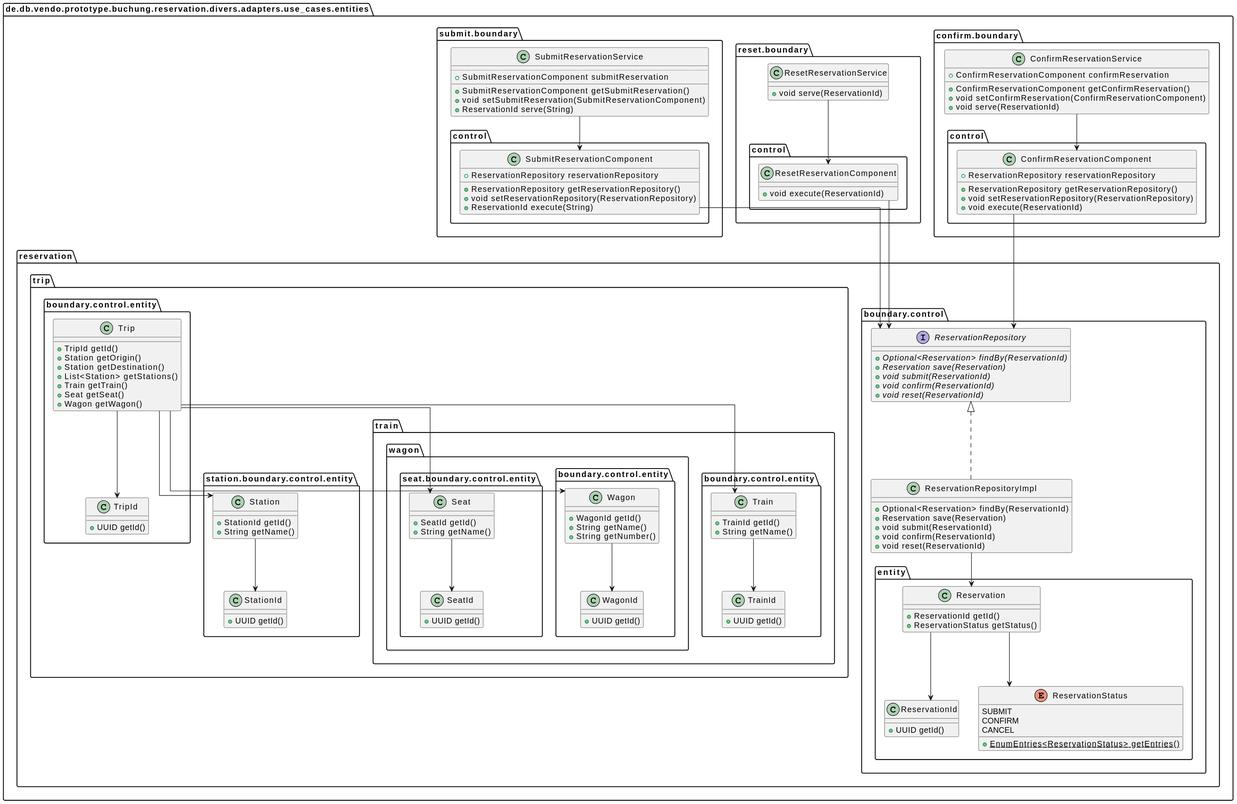
Above: doc/uml/svg/entities.svg in punkratz312/reservation-proto (PlantUML), before the change.
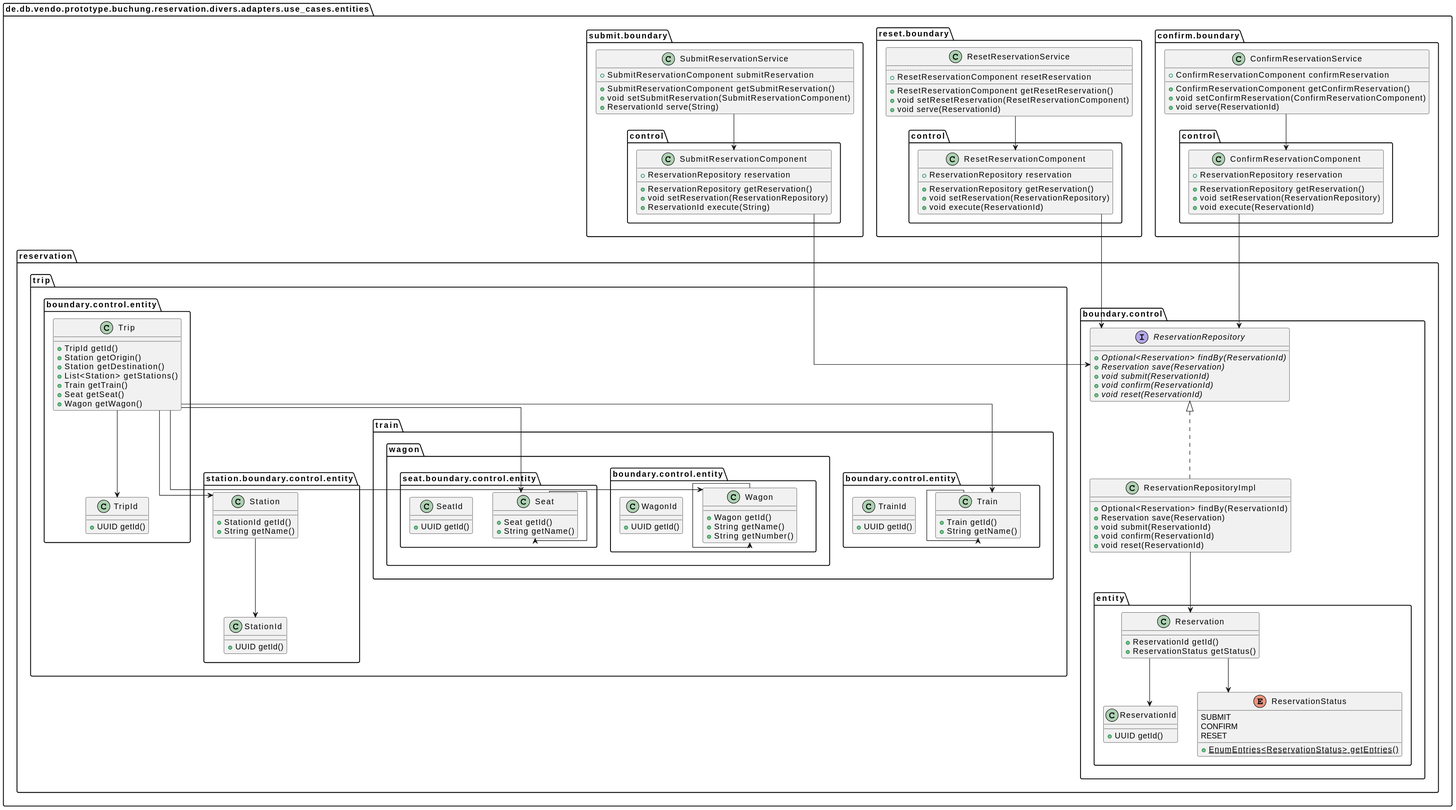
Above is the later version.

What changed in the source:
```diff
@@ -11,10 +11,10 @@
   +void serve(ReservationId)
 }
 class "ConfirmReservationComponent" as de.db.vendo.prototype.buchung.reservation.divers.adapters.use_cases.entities.confirm.boundary.control.ConfirmReservationComponent {
-  +ReservationRepository reservationRepository
+  +ReservationRepository reservation
   __
-  +ReservationRepository getReservationRepository()
-  +void setReservationRepository(ReservationRepository)
+  +ReservationRepository getReservation()
+  +void setReservation(ReservationRepository)
   +void execute(ReservationId)
 }
 interface "ReservationRepository" as de.db.vendo.prototype.buchung.reservation.divers.adapters.use_cases.entities.reservation.boundary.control.ReservationRepository {
@@ -41,7 +41,7 @@
 enum "ReservationStatus" as de.db.vendo.prototype.buchung.reservation.divers.adapters.use_cases.entities.reservation.boundary.control.entity.ReservationStatus {
   SUBMIT
   CONFIRM
-  CANCEL
+  RESET
   __
   + {static}EnumEntries<ReservationStatus> getEntries()
 }
@@ -65,14 +65,14 @@
   +UUID getId()
 }
 class "Train" as de.db.vendo.prototype.buchung.reservation.divers.adapters.use_cases.entities.reservation.trip.train.boundary.control.entity.Train {
-  +TrainId getId()
+  +Train getId()
   +String getName()
 }
 class "TrainId" as de.db.vendo.prototype.buchung.reservation.divers.adapters.use_cases.entities.reservation.trip.train.boundary.control.entity.TrainId {
   +UUID getId()
 }
 class "Wagon" as de.db.vendo.prototype.buchung.reservation.divers.adapters.use_cases.entities.reservation.trip.train.wagon.boundary.control.entity.Wagon {
-  +WagonId getId()
+  +Wagon getId()
   +String getName()
   +String getNumber()
 }
@@ -80,20 +80,28 @@
   +UUID getId()
 }
 class "Seat" as de.db.vendo.prototype.buchung.reservation.divers.adapters.use_cases.entities.reservation.trip.train.wagon.seat.boundary.control.entity.Seat {
-  +SeatId getId()
+  +Seat getId()
   +String getName()
 }
 class "SeatId" as de.db.vendo.prototype.buchung.reservation.divers.adapters.use_cases.entities.reservation.trip.train.wagon.seat.boundary.control.entity.SeatId {
   +UUID getId()
 }
 class "ResetReservationService" as de.db.vendo.prototype.buchung.reservation.divers.adapters.use_cases.entities.reset.boundary.ResetReservationService {
+  ..
+  +ResetReservationComponent resetReservation
+  __
+  +ResetReservationComponent getResetReservation()
+  +void setResetReservation(ResetReservationComponent)
   +void serve(ReservationId)
 }
 class "ResetReservationComponent" as de.db.vendo.prototype.buchung.reservation.divers.adapters.use_cases.entities.reset.boundary.control.ResetReservationComponent {
+  +ReservationRepository reservation
+  __
+  +ReservationRepository getReservation()
+  +void setReservation(ReservationRepository)
   +void execute(ReservationId)
 }
 class "SubmitReservationService" as de.db.vendo.prototype.buchung.reservation.divers.adapters.use_cases.entities.submit.boundary.SubmitReservationService {
-  ..
   +SubmitReservationComponent submitReservation
   __
   +SubmitReservationComponent getSubmitReservation()
@@ -101,10 +109,10 @@
   +ReservationId serve(String)
 }
 class "SubmitReservationComponent" as de.db.vendo.prototype.buchung.reservation.divers.adapters.use_cases.entities.submit.boundary.control.SubmitReservationComponent {
-  +ReservationRepository reservationRepository
+  +ReservationRepository reservation
   __
-  +ReservationRepository getReservationRepository()
-  +void setReservationRepository(ReservationRepository)
+  +ReservationRepository getReservation()
+  +void setReservation(ReservationRepository)
   +ReservationId execute(String)
 }
 de.db.vendo.prototype.buchung.reservation.divers.adapters.use_cases.entities.confirm.boundary.ConfirmReservationService --> de.db.vendo.prototype.buchung.reservation.divers.adapters.use_cases.entities.confirm.boundary.control.ConfirmReservationComponent
@@ -119,9 +127,9 @@
 de.db.vendo.prototype.buchung.reservation.divers.adapters.use_cases.entities.reservation.trip.boundary.control.entity.Trip --> de.db.vendo.prototype.buchung.reservation.divers.adapters.use_cases.entities.reservation.trip.train.boundary.control.entity.Train
 de.db.vendo.prototype.buchung.reservation.divers.adapters.use_cases.entities.reservation.trip.boundary.control.entity.Trip --> de.db.vendo.prototype.buchung.reservation.divers.adapters.use_cases.entities.reservation.trip.train.wagon.boundary.control.entity.Wagon
 de.db.vendo.prototype.buchung.reservation.divers.adapters.use_cases.entities.reservation.trip.station.boundary.control.entity.Station --> de.db.vendo.prototype.buchung.reservation.divers.adapters.use_cases.entities.reservation.trip.station.boundary.control.entity.StationId
-de.db.vendo.prototype.buchung.reservation.divers.adapters.use_cases.entities.reservation.trip.train.boundary.control.entity.Train --> de.db.vendo.prototype.buchung.reservation.divers.adapters.use_cases.entities.reservation.trip.train.boundary.control.entity.TrainId
-de.db.vendo.prototype.buchung.reservation.divers.adapters.use_cases.entities.reservation.trip.train.wagon.boundary.control.entity.Wagon --> de.db.vendo.prototype.buchung.reservation.divers.adapters.use_cases.entities.reservation.trip.train.wagon.boundary.control.entity.WagonId
-de.db.vendo.prototype.buchung.reservation.divers.adapters.use_cases.entities.reservation.trip.train.wagon.seat.boundary.control.entity.Seat --> de.db.vendo.prototype.buchung.reservation.divers.adapters.use_cases.entities.reservation.trip.train.wagon.seat.boundary.control.entity.SeatId
+de.db.vendo.prototype.buchung.reservation.divers.adapters.use_cases.entities.reservation.trip.train.boundary.control.entity.Train --> de.db.vendo.prototype.buchung.reservation.divers.adapters.use_cases.entities.reservation.trip.train.boundary.control.entity.Train
+de.db.vendo.prototype.buchung.reservation.divers.adapters.use_cases.entities.reservation.trip.train.wagon.boundary.control.entity.Wagon --> de.db.vendo.prototype.buchung.reservation.divers.adapters.use_cases.entities.reservation.trip.train.wagon.boundary.control.entity.Wagon
+de.db.vendo.prototype.buchung.reservation.divers.adapters.use_cases.entities.reservation.trip.train.wagon.seat.boundary.control.entity.Seat --> de.db.vendo.prototype.buchung.reservation.divers.adapters.use_cases.entities.reservation.trip.train.wagon.seat.boundary.control.entity.Seat
 de.db.vendo.prototype.buchung.reservation.divers.adapters.use_cases.entities.reset.boundary.ResetReservationService --> de.db.vendo.prototype.buchung.reservation.divers.adapters.use_cases.entities.reset.boundary.control.ResetReservationComponent
 de.db.vendo.prototype.buchung.reservation.divers.adapters.use_cases.entities.reset.boundary.control.ResetReservationComponent --> de.db.vendo.prototype.buchung.reservation.divers.adapters.use_cases.entities.reservation.boundary.control.ReservationRepository
 de.db.vendo.prototype.buchung.reservation.divers.adapters.use_cases.entities.submit.boundary.SubmitReservationService --> de.db.vendo.prototype.buchung.reservation.divers.adapters.use_cases.entities.submit.boundary.control.SubmitReservationComponent
```
